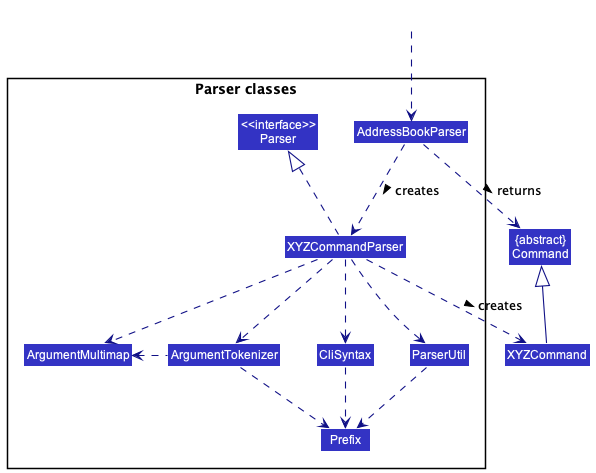
This is docs/images/ParserClasses.png from nus-cs2103-AY2223S1/tp, a PlantUML export, as it was before one commit.
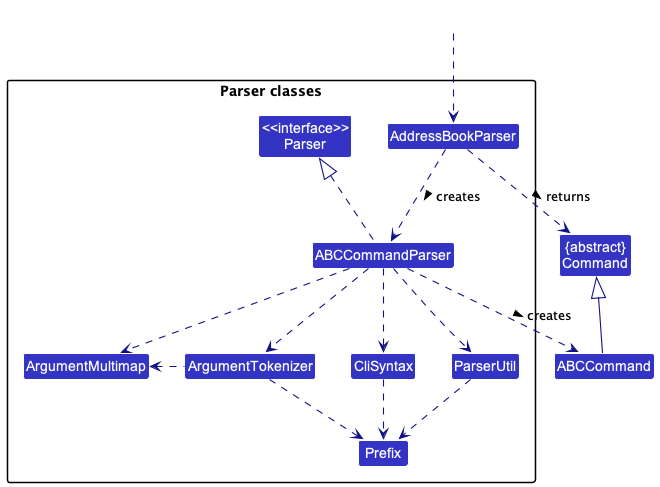
The same file after the commit.

Commit message:
Update class diagrams in `DeveloperGuide.md` (#131)

Diff of the diagram source:
```diff
@@ -5,12 +5,12 @@
 skinparam classBackgroundColor LOGIC_COLOR
 
 Class "{abstract}\nCommand" as Command
-Class XYZCommand
+Class ABCCommand
 
 package "Parser classes"{
 Class "<<interface>>\nParser" as Parser
 Class AddressBookParser
-Class XYZCommandParser
+Class ABCCommandParser
 Class CliSyntax
 Class ParserUtil
 Class ArgumentMultimap
@@ -21,18 +21,18 @@
 Class HiddenOutside #FFFFFF
 HiddenOutside ..> AddressBookParser
 
-AddressBookParser .down.> XYZCommandParser: creates >
+AddressBookParser .down.> ABCCommandParser: creates >
 
-XYZCommandParser ..> XYZCommand : creates >
+ABCCommandParser ..> ABCCommand : creates >
 AddressBookParser ..> Command : returns >
-XYZCommandParser .up.|> Parser
-XYZCommandParser ..> ArgumentMultimap
-XYZCommandParser ..> ArgumentTokenizer
+ABCCommandParser .up.|> Parser
+ABCCommandParser ..> ArgumentMultimap
+ABCCommandParser ..> ArgumentTokenizer
 ArgumentTokenizer .left.> ArgumentMultimap
-XYZCommandParser ..> CliSyntax
+ABCCommandParser ..> CliSyntax
 CliSyntax ..> Prefix
-XYZCommandParser ..> ParserUtil
+ABCCommandParser ..> ParserUtil
 ParserUtil .down.> Prefix
 ArgumentTokenizer .down.> Prefix
-XYZCommand -up-|> Command
+ABCCommand -up-|> Command
 @enduml
```
